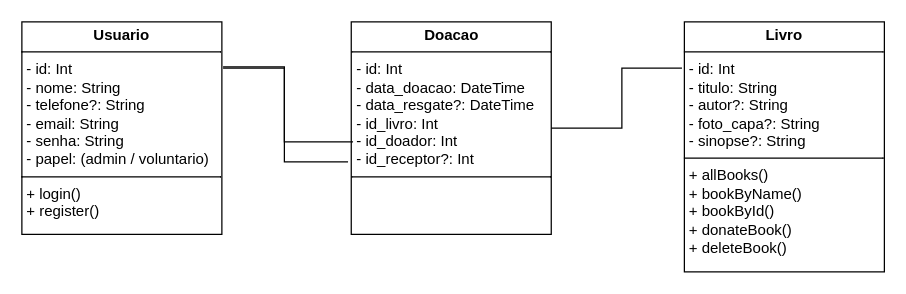
JuniorWSoares/Biblioteca-Comunitaria keeps this draw.io diagram as biblioteca-comunitaria.drawio. Above is the earlier version. Source tidied: cells renumbered, new cells numbered last; positions are measured from the earlier drawing's top-left corner, leaving out a move shared by most shapes. Both pictures are drawn from the tidied source at 125%, with x=0, y=0 at pixel (21, 21).
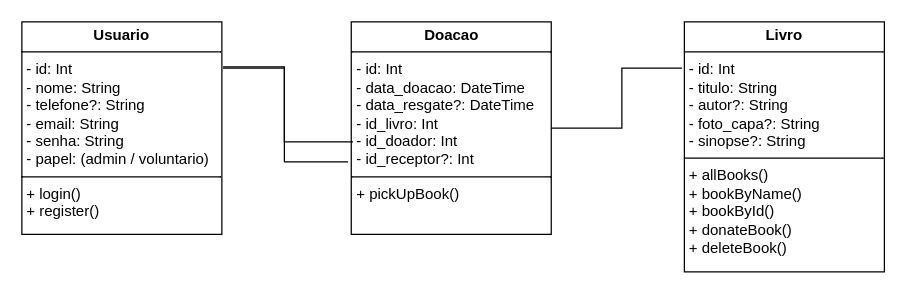
The same page after the edit.

Commit message:
Atualizacao do diagrama uml

The edit, as a diff of the source:
```diff
@@
 <mxGraphModel>
   <root>
     <mxCell id="0" />
     <mxCell id="1" parent="0" />
     <mxCell id="2" value="&lt;p style=&quot;margin:0px;margin-top:4px;text-align:center;&quot;&gt;&lt;b&gt;Usuario&lt;/b&gt;&lt;/p&gt;&lt;hr size=&quot;1&quot; style=&quot;border-style:solid;&quot;&gt;&lt;p style=&quot;margin:0px;margin-left:4px;&quot;&gt;- id: Int&lt;/p&gt;&lt;p style=&quot;margin:0px;margin-left:4px;&quot;&gt;&lt;span style=&quot;background-color: transparent; color: light-dark(rgb(0, 0, 0), rgb(255, 255, 255));&quot;&gt;- nome: String&lt;/span&gt;&lt;/p&gt;&lt;p style=&quot;margin:0px;margin-left:4px;&quot;&gt;&lt;span style=&quot;background-color: transparent; color: light-dark(rgb(0, 0, 0), rgb(255, 255, 255));&quot;&gt;- telefone?: String&lt;/span&gt;&lt;/p&gt;&lt;p style=&quot;margin:0px;margin-left:4px;&quot;&gt;- email: String&lt;/p&gt;&lt;p style=&quot;margin:0px;margin-left:4px;&quot;&gt;- senha: String&lt;/p&gt;&lt;p style=&quot;margin:0px;margin-left:4px;&quot;&gt;- papel: (admin / voluntario)&lt;/p&gt;&lt;hr size=&quot;1&quot; style=&quot;border-style:solid;&quot;&gt;&lt;p style=&quot;margin:0px;margin-left:4px;&quot;&gt;+ login()&lt;/p&gt;&lt;p style=&quot;margin:0px;margin-left:4px;&quot;&gt;+ register()&lt;/p&gt;" style="verticalAlign=top;align=left;overflow=fill;html=1;whiteSpace=wrap;" parent="1" vertex="1">
       <mxGeometry width="160" height="170" as="geometry" />
     </mxCell>
     <mxCell id="3" style="edgeStyle=orthogonalEdgeStyle;rounded=0;orthogonalLoop=1;jettySize=auto;html=1;exitX=0.5;exitY=1;exitDx=0;exitDy=0;" parent="1" edge="1" source="2" target="2">
       <mxGeometry relative="1" as="geometry" />
     </mxCell>
-    <mxCell id="4" value="&lt;p style=&quot;margin:0px;margin-top:4px;text-align:center;&quot;&gt;&lt;b&gt;Doacao&lt;/b&gt;&lt;/p&gt;&lt;hr size=&quot;1&quot; style=&quot;border-style:solid;&quot;&gt;&lt;p style=&quot;margin: 0px 0px 0px 4px;&quot;&gt;- id: Int&lt;/p&gt;&lt;p style=&quot;margin: 0px 0px 0px 4px;&quot;&gt;- data_doacao: DateTime&lt;/p&gt;&lt;p style=&quot;margin: 0px 0px 0px 4px;&quot;&gt;&lt;span style=&quot;background-color: transparent; color: light-dark(rgb(0, 0, 0), rgb(255, 255, 255));&quot;&gt;- data_resgate?: DateTime&lt;/span&gt;&lt;/p&gt;&lt;p style=&quot;margin: 0px 0px 0px 4px;&quot;&gt;&lt;span style=&quot;background-color: transparent; color: light-dark(rgb(0, 0, 0), rgb(255, 255, 255));&quot;&gt;- id_livro: Int&lt;/span&gt;&lt;/p&gt;&lt;p style=&quot;margin: 0px 0px 0px 4px;&quot;&gt;&lt;span style=&quot;background-color: transparent; color: light-dark(rgb(0, 0, 0), rgb(255, 255, 255));&quot;&gt;- id_doador: Int&lt;br&gt;&lt;/span&gt;&lt;/p&gt;&lt;p style=&quot;margin: 0px 0px 0px 4px;&quot;&gt;- id_receptor?: Int&lt;/p&gt;&lt;hr size=&quot;1&quot; style=&quot;border-style:solid;&quot;&gt;&lt;p style=&quot;margin:0px;margin-left:4px;&quot;&gt;&lt;br&gt;&lt;/p&gt;" style="verticalAlign=top;align=left;overflow=fill;html=1;whiteSpace=wrap;" parent="1" vertex="1">
+    <mxCell id="4" value="&lt;p style=&quot;margin:0px;margin-top:4px;text-align:center;&quot;&gt;&lt;b&gt;Doacao&lt;/b&gt;&lt;/p&gt;&lt;hr size=&quot;1&quot; style=&quot;border-style:solid;&quot;&gt;&lt;p style=&quot;margin: 0px 0px 0px 4px;&quot;&gt;- id: Int&lt;/p&gt;&lt;p style=&quot;margin: 0px 0px 0px 4px;&quot;&gt;- data_doacao: DateTime&lt;/p&gt;&lt;p style=&quot;margin: 0px 0px 0px 4px;&quot;&gt;&lt;span style=&quot;background-color: transparent; color: light-dark(rgb(0, 0, 0), rgb(255, 255, 255));&quot;&gt;- data_resgate?: DateTime&lt;/span&gt;&lt;/p&gt;&lt;p style=&quot;margin: 0px 0px 0px 4px;&quot;&gt;&lt;span style=&quot;background-color: transparent; color: light-dark(rgb(0, 0, 0), rgb(255, 255, 255));&quot;&gt;- id_livro: Int&lt;/span&gt;&lt;/p&gt;&lt;p style=&quot;margin: 0px 0px 0px 4px;&quot;&gt;&lt;span style=&quot;background-color: transparent; color: light-dark(rgb(0, 0, 0), rgb(255, 255, 255));&quot;&gt;- id_doador: Int&lt;br&gt;&lt;/span&gt;&lt;/p&gt;&lt;p style=&quot;margin: 0px 0px 0px 4px;&quot;&gt;- id_receptor?: Int&lt;/p&gt;&lt;hr size=&quot;1&quot; style=&quot;border-style:solid;&quot;&gt;&lt;p style=&quot;margin:0px;margin-left:4px;&quot;&gt;+ pickUpBook()&lt;/p&gt;" style="verticalAlign=top;align=left;overflow=fill;html=1;whiteSpace=wrap;" parent="1" vertex="1">
       <mxGeometry x="263.5" width="160" height="170" as="geometry" />
     </mxCell>
     <mxCell id="5" value="&lt;p style=&quot;margin:0px;margin-top:4px;text-align:center;&quot;&gt;&lt;b&gt;Livro&lt;/b&gt;&lt;/p&gt;&lt;hr size=&quot;1&quot; style=&quot;border-style:solid;&quot;&gt;&lt;p style=&quot;margin:0px;margin-left:4px;&quot;&gt;- id: Int&lt;/p&gt;&lt;p style=&quot;margin:0px;margin-left:4px;&quot;&gt;&lt;span style=&quot;background-color: transparent; color: light-dark(rgb(0, 0, 0), rgb(255, 255, 255));&quot;&gt;- titulo: String&lt;/span&gt;&lt;/p&gt;&lt;p style=&quot;margin:0px;margin-left:4px;&quot;&gt;&lt;span style=&quot;background-color: transparent; color: light-dark(rgb(0, 0, 0), rgb(255, 255, 255));&quot;&gt;- autor?: String&lt;/span&gt;&lt;/p&gt;&lt;p style=&quot;margin:0px;margin-left:4px;&quot;&gt;- foto_capa?: String&lt;/p&gt;&lt;p style=&quot;margin:0px;margin-left:4px;&quot;&gt;- sinopse?: String&lt;/p&gt;&lt;hr size=&quot;1&quot; style=&quot;border-style:solid;&quot;&gt;&lt;p style=&quot;margin:0px;margin-left:4px;&quot;&gt;+ allBooks()&lt;/p&gt;&lt;p style=&quot;margin:0px;margin-left:4px;&quot;&gt;+ bookByName()&lt;/p&gt;&lt;p style=&quot;margin:0px;margin-left:4px;&quot;&gt;+ bookById()&lt;/p&gt;&lt;p style=&quot;margin:0px;margin-left:4px;&quot;&gt;+ donateBook()&lt;/p&gt;&lt;p style=&quot;margin:0px;margin-left:4px;&quot;&gt;+ deleteBook()&lt;/p&gt;" style="verticalAlign=top;align=left;overflow=fill;html=1;whiteSpace=wrap;" parent="1" vertex="1">
       <mxGeometry x="530" width="160" height="200" as="geometry" />
     </mxCell>
     <mxCell id="6" style="endArrow=none;html=1;rounded=0;entryX=1.006;entryY=0.218;entryDx=0;entryDy=0;exitX=0.009;exitY=0.565;exitDx=0;exitDy=0;exitPerimeter=0;entryPerimeter=0;" parent="1" edge="1" source="4" target="2">
       <mxGeometry relative="1" as="geometry">
         <Array as="points">
           <mxPoint x="210" y="96" />
           <mxPoint x="210" y="37" />
         </Array>
       </mxGeometry>
     </mxCell>
     <mxCell id="7" style="endArrow=none;html=1;rounded=0;entryX=1.006;entryY=0.212;entryDx=0;entryDy=0;entryPerimeter=0;exitX=-0.016;exitY=0.659;exitDx=0;exitDy=0;exitPerimeter=0;" parent="1" edge="1" source="4" target="2">
       <mxGeometry relative="1" as="geometry">
         <Array as="points">
           <mxPoint x="210" y="112" />
           <mxPoint x="210" y="36" />
         </Array>
       </mxGeometry>
     </mxCell>
     <mxCell id="8" style="endArrow=none;html=1;rounded=0;entryX=1;entryY=0.5;entryDx=0;entryDy=0;exitX=-0.012;exitY=0.185;exitDx=0;exitDy=0;exitPerimeter=0;" parent="1" edge="1" source="5" target="4">
       <mxGeometry relative="1" as="geometry">
         <Array as="points">
           <mxPoint x="480" y="37" />
           <mxPoint x="480" y="85" />
         </Array>
       </mxGeometry>
     </mxCell>
   </root>
 </mxGraphModel>
```
